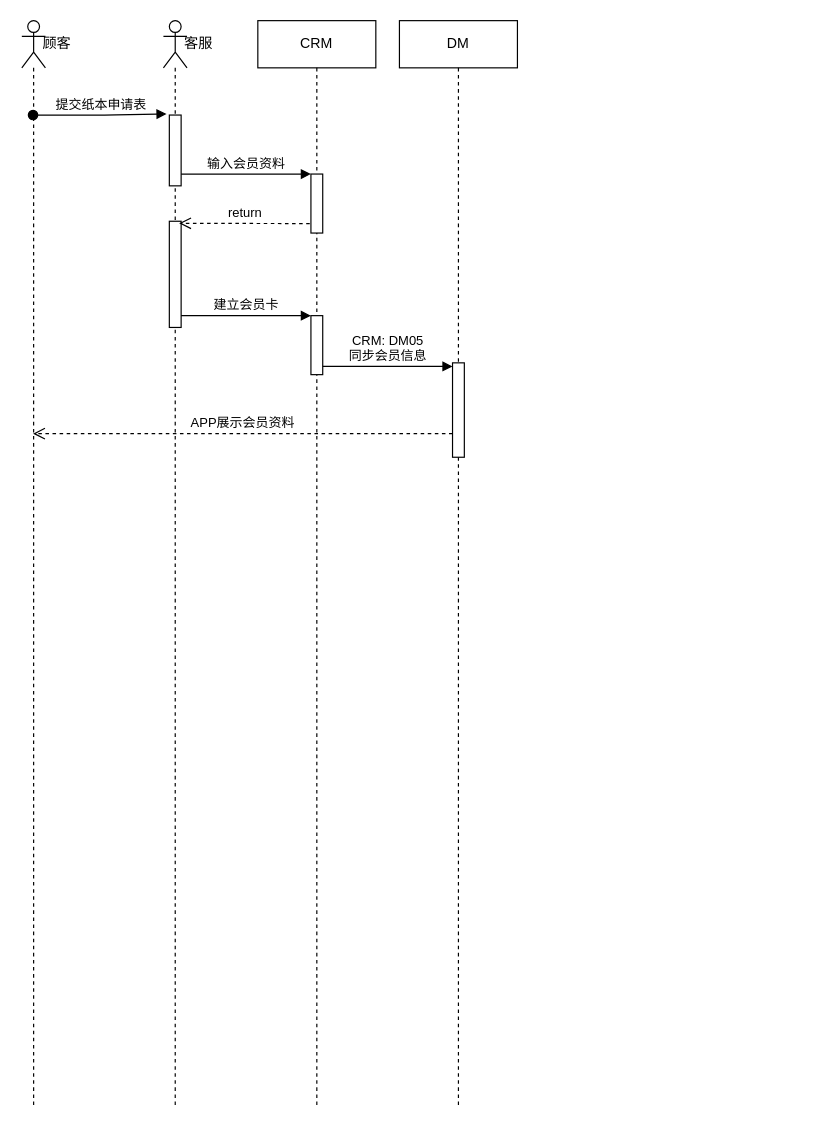
This is page "会员注册(CRM发起)" (2 of 11) of DM系统对接.drawio from luss613/draw.io, a draw.io file, before an edit. Source tidied: cells renumbered, new cells numbered last; positions are measured from the earlier drawing's top-left corner, leaving out a move shared by most shapes. Both pictures are drawn from the tidied source at 118%, with x=0, y=0 at pixel (21, 20).
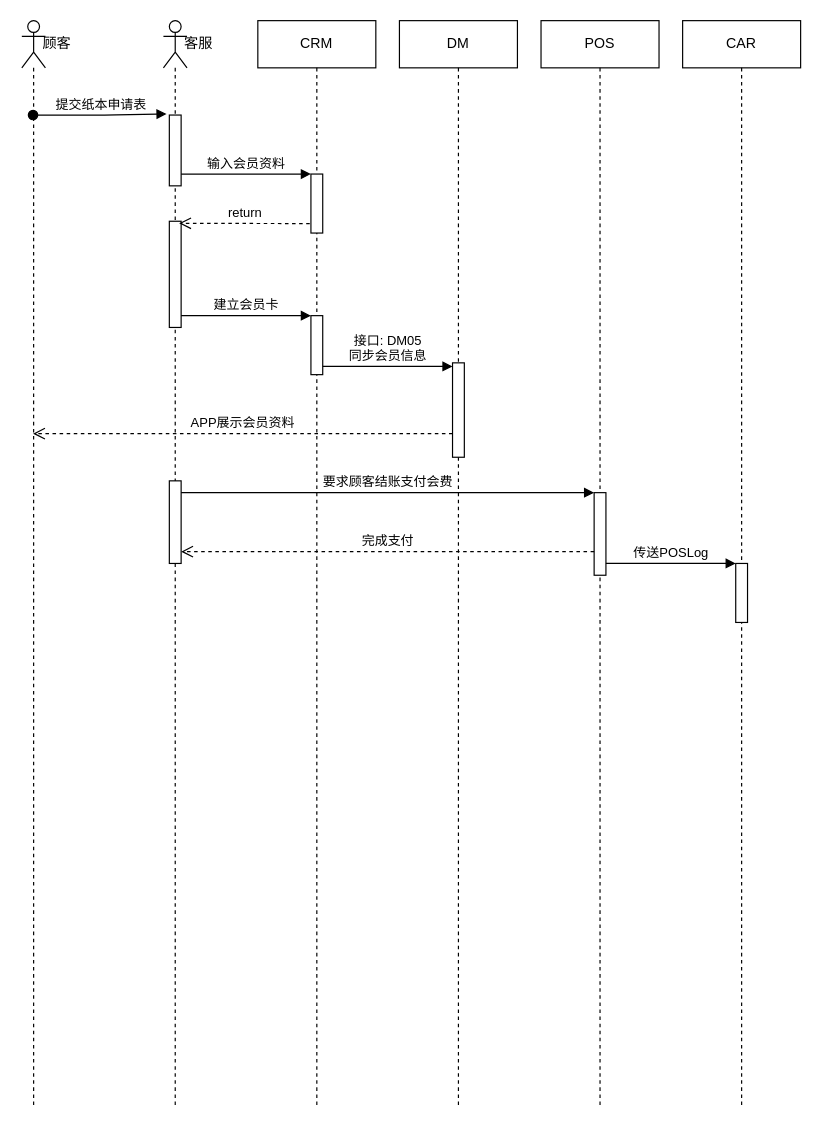
The same page after the edit.

The change refers to these unchanged cells:
```xml
<mxCell id="8" style="shape=umlLifeline;participant=umlActor;perimeter=lifelinePerimeter;whiteSpace=wrap;html=1;verticalAlign=top;spacingTop=36;" parent="1" vertex="1">
  <mxGeometry x="120" width="20" height="920" as="geometry" />
</mxCell>
```

The edit, as a diff of the source:
```diff
@@
+    <mxCell id="19" style="html=1;points=[];perimeter=orthogonalPerimeter;" parent="8" vertex="1">
+      <mxGeometry x="5" y="390" width="10" height="70" as="geometry" />
+    </mxCell>
@@
-    <mxCell id="16" value="CRM: DM05&lt;br&gt;同步会员信息" style="html=1;verticalAlign=bottom;endArrow=block;" parent="1" edge="1">
+    <mxCell id="16" value="接口: DM05&lt;br&gt;同步会员信息" style="html=1;verticalAlign=bottom;endArrow=block;" parent="1" edge="1">
       <mxGeometry relative="1" as="geometry">
         <mxPoint x="255" y="293" as="sourcePoint" />
         <mxPoint x="365" y="293" as="targetPoint" />
       </mxGeometry>
     </mxCell>
@@
+    <mxCell id="20" value="POS" style="shape=umlLifeline;perimeter=lifelinePerimeter;whiteSpace=wrap;html=1;" parent="1" vertex="1">
+      <mxGeometry x="440" width="100" height="920" as="geometry" />
+    </mxCell>
+    <mxCell id="21" style="html=1;points=[];perimeter=orthogonalPerimeter;" parent="20" vertex="1">
+      <mxGeometry x="45" y="400" width="10" height="70" as="geometry" />
+    </mxCell>
+    <mxCell id="22" value="CAR" style="shape=umlLifeline;perimeter=lifelinePerimeter;whiteSpace=wrap;html=1;" parent="1" vertex="1">
+      <mxGeometry x="560" width="100" height="920" as="geometry" />
+    </mxCell>
+    <mxCell id="23" style="html=1;points=[];perimeter=orthogonalPerimeter;" parent="22" vertex="1">
+      <mxGeometry x="45" y="460" width="10" height="50" as="geometry" />
+    </mxCell>
+    <mxCell id="24" value="要求顾客结账支付会费" style="html=1;verticalAlign=bottom;endArrow=block;" parent="1" edge="1" source="19" target="21">
+      <mxGeometry relative="1" as="geometry">
+        <Array as="points">
+          <mxPoint x="460" y="400" />
+        </Array>
+      </mxGeometry>
+    </mxCell>
+    <mxCell id="25" value="完成支付" style="html=1;verticalAlign=bottom;endArrow=open;dashed=1;endSize=8;" parent="1" edge="1" source="21" target="19">
+      <mxGeometry relative="1" as="geometry">
+        <Array as="points">
+          <mxPoint x="370" y="450" />
+        </Array>
+      </mxGeometry>
+    </mxCell>
+    <mxCell id="26" value="传送POSLog" style="html=1;verticalAlign=bottom;endArrow=block;" parent="1" edge="1" source="21" target="23">
+      <mxGeometry relative="1" as="geometry" />
+    </mxCell>
```
